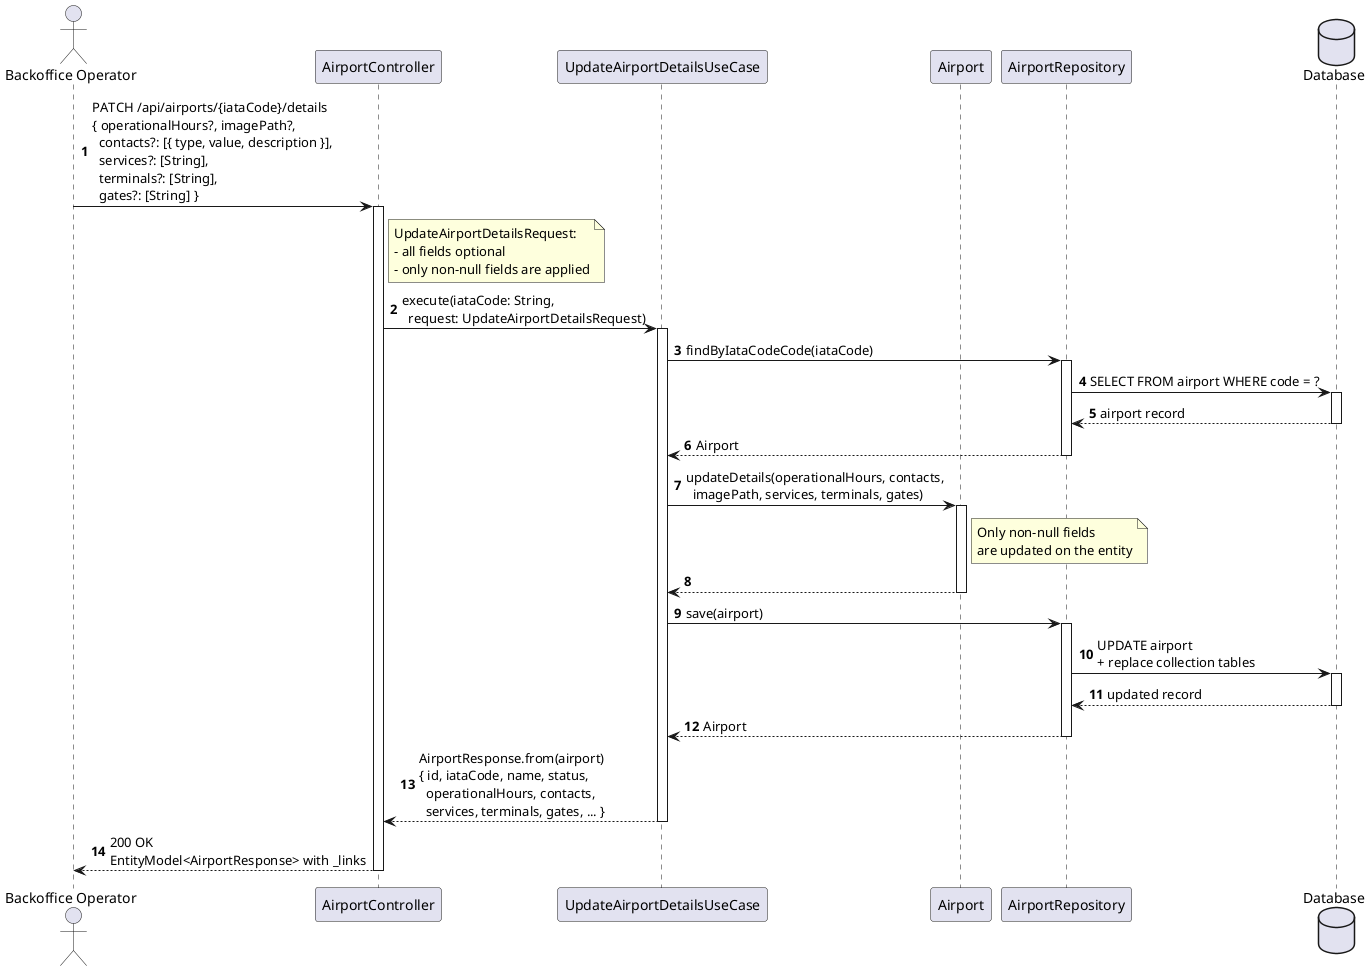
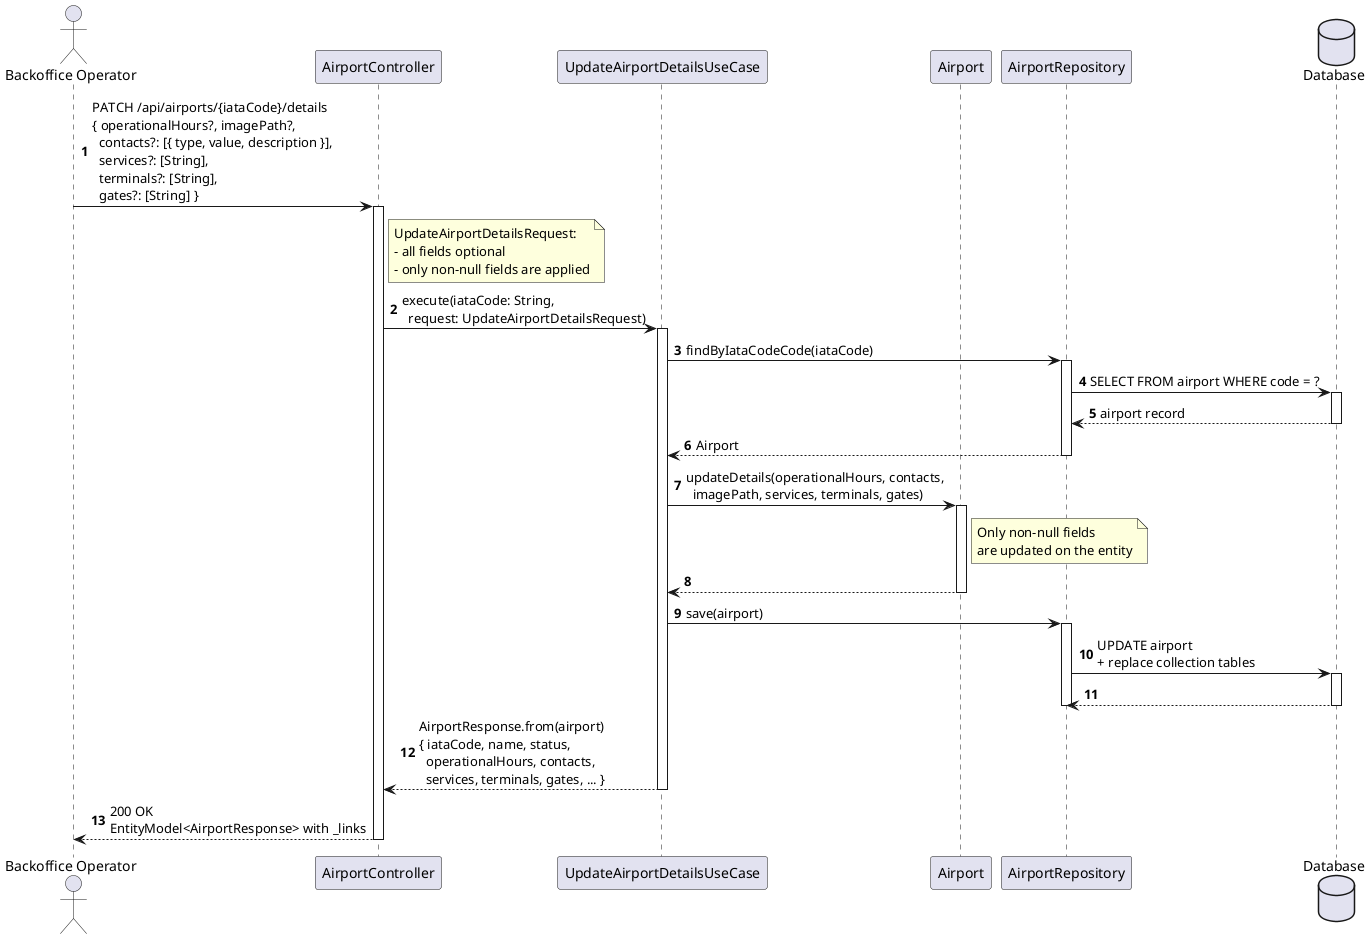
@startuml
autonumber
actor "Backoffice Operator" as BO
participant "AirportController" as Ctrl
participant "UpdateAirportDetailsUseCase" as UC
participant "Airport" as Entity
participant "AirportRepository" as Repo
database "Database" as DB

BO -> Ctrl : PATCH /api/airports/{iataCode}/details\n{ operationalHours?, imagePath?,\n  contacts?: [{ type, value, description }],\n  services?: [String],\n  terminals?: [String],\n  gates?: [String] }
activate Ctrl

note right of Ctrl
  UpdateAirportDetailsRequest:
  - all fields optional
  - only non-null fields are applied
end note

Ctrl -> UC : execute(iataCode: String,\n  request: UpdateAirportDetailsRequest)
activate UC

UC -> Repo : findByIataCodeCode(iataCode)
activate Repo
Repo -> DB : SELECT FROM airport WHERE code = ?
activate DB
DB --> Repo : airport record
deactivate DB
Repo --> UC : Airport
deactivate Repo

UC -> Entity : updateDetails(operationalHours, contacts,\n  imagePath, services, terminals, gates)
activate Entity
note right of Entity : Only non-null fields\nare updated on the entity
Entity --> UC
deactivate Entity

UC -> Repo : save(airport)
activate Repo
Repo -> DB : UPDATE airport\n+ replace collection tables
activate DB
- DB --> Repo : updated record
+ DB --> Repo
deactivate DB
- Repo --> UC : Airport
deactivate Repo

- UC --> Ctrl : AirportResponse.from(airport)\n{ id, iataCode, name, status,\n  operationalHours, contacts,\n  services, terminals, gates, ... }
+ UC --> Ctrl : AirportResponse.from(airport)\n{ iataCode, name, status,\n  operationalHours, contacts,\n  services, terminals, gates, ... }
deactivate UC

Ctrl --> BO : 200 OK\nEntityModel<AirportResponse> with _links
deactivate Ctrl
@enduml
